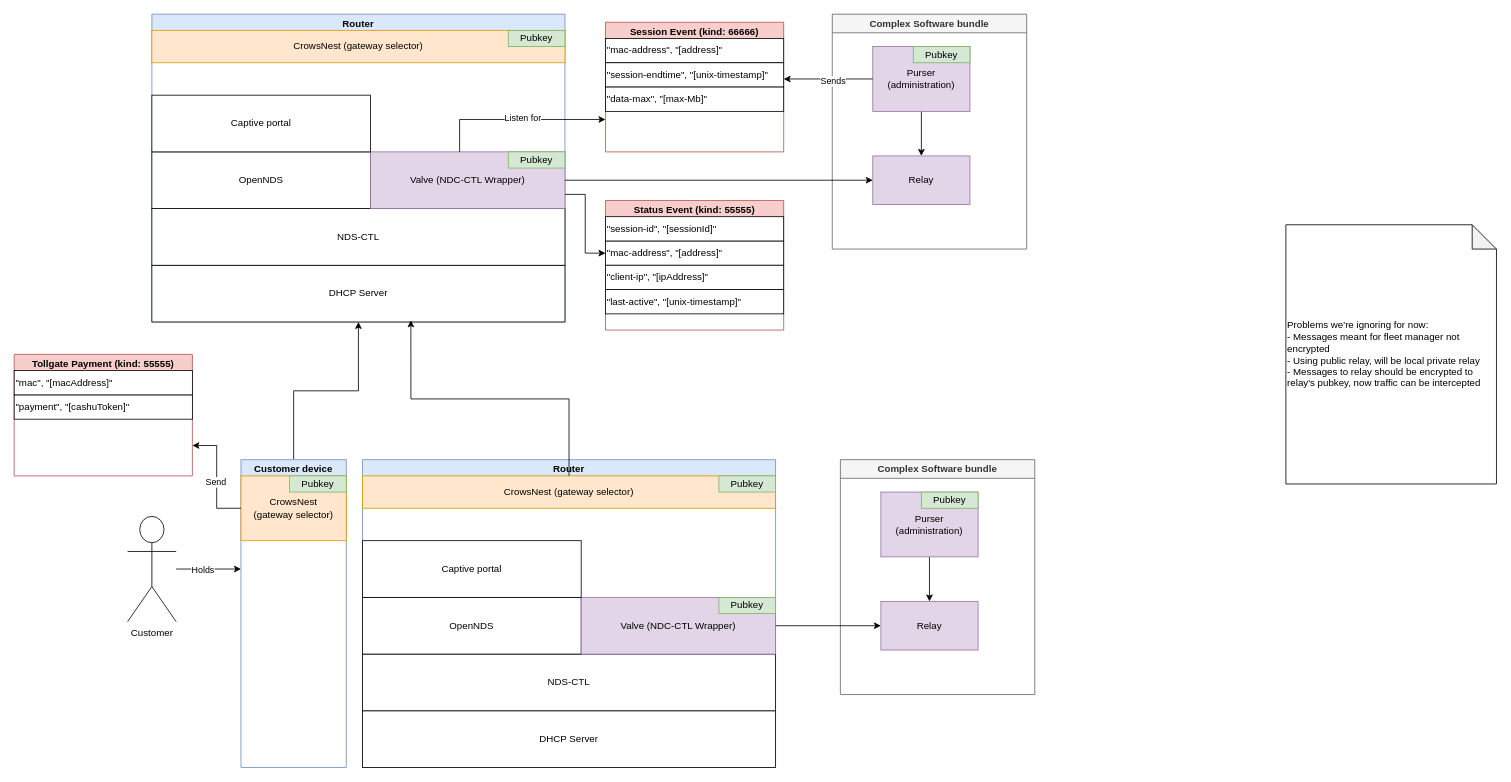
Earlier version of the draw.io diagram tollgate_modules.drawio (OpenTollGate/tollgate). Source tidied: cells renumbered, new cells numbered last; positions are measured from the earlier drawing's top-left corner, leaving out a move shared by most shapes. Both pictures are drawn from the tidied source at 81%, with x=0, y=0 at pixel (14, 14).
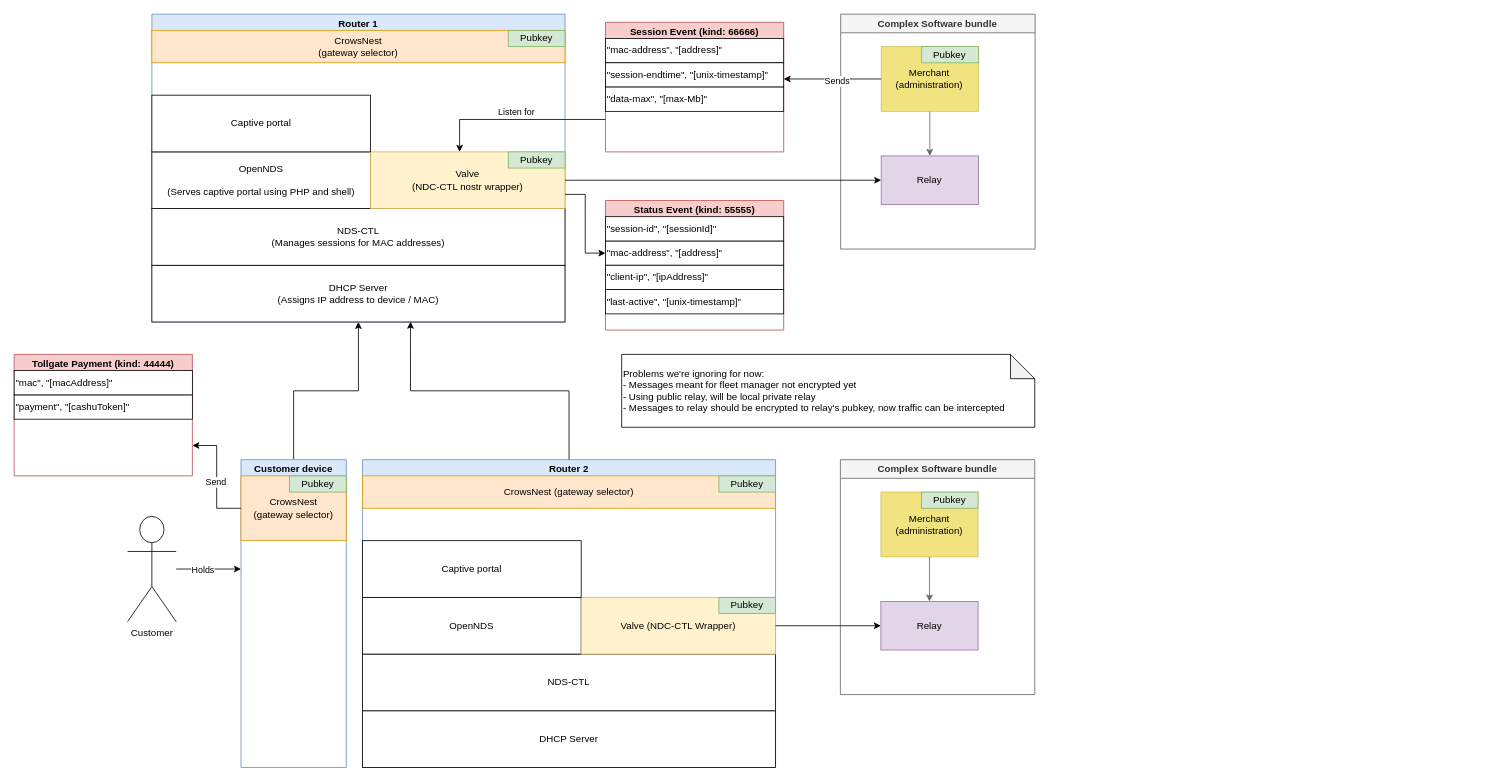
The same diagram, later.

Commit message (it also covers changes not shown here):
Exported tollgate modules

The change refers to these unchanged cells:
```xml
<mxCell id="12" value="Relay" style="whiteSpace=wrap;html=1;fillColor=#e1d5e7;strokeColor=#9673a6;" parent="11" vertex="1">
  <mxGeometry x="50" y="175" width="120" height="60" as="geometry" />
</mxCell>
<mxCell id="26" value="CrowsNest (gateway selector)" style="rounded=0;whiteSpace=wrap;html=1;fillColor=#ffe6cc;strokeColor=#d79b00;" parent="19" vertex="1">
  <mxGeometry y="20" width="510" height="40" as="geometry" />
</mxCell>
<mxCell id="37" value="Complex Software bundle" style="swimlane;whiteSpace=wrap;html=1;fillColor=#f5f5f5;fontColor=#333333;strokeColor=#666666;" parent="1" vertex="1">
  <mxGeometry x="1020" y="550" width="240" height="290" as="geometry" />
</mxCell>
<mxCell id="38" value="Relay" style="whiteSpace=wrap;html=1;fillColor=#e1d5e7;strokeColor=#9673a6;" parent="37" vertex="1">
  <mxGeometry x="50" y="175" width="120" height="60" as="geometry" />
</mxCell>
<mxCell id="43" value="Session Event (kind: 66666)" style="swimlane;whiteSpace=wrap;html=1;fillColor=#f8cecc;strokeColor=#b85450;" parent="1" vertex="1">
  <mxGeometry x="730" y="10" width="220" height="160" as="geometry" />
</mxCell>
```

Diff of the diagram source:
```diff
@@
-    <mxCell id="2" value="Router" style="swimlane;whiteSpace=wrap;html=1;fillColor=#dae8fc;strokeColor=#6c8ebf;" parent="1" vertex="1">
+    <mxCell id="2" value="Router 1" style="swimlane;whiteSpace=wrap;html=1;fillColor=#dae8fc;strokeColor=#6c8ebf;" parent="1" vertex="1">
       <mxGeometry x="170" width="510" height="380" as="geometry" />
     </mxCell>
-    <mxCell id="3" value="DHCP Server" style="rounded=0;whiteSpace=wrap;html=1;" parent="2" vertex="1">
+    <mxCell id="3" value="DHCP Server&lt;br&gt;&lt;div&gt;(Assigns IP address to device / MAC)&lt;/div&gt;" style="rounded=0;whiteSpace=wrap;html=1;" parent="2" vertex="1">
       <mxGeometry y="310" width="510" height="70" as="geometry" />
     </mxCell>
-    <mxCell id="4" value="NDS-CTL" style="rounded=0;whiteSpace=wrap;html=1;" parent="2" vertex="1">
+    <mxCell id="4" value="NDS-CTL&lt;br&gt;(Manages sessions for MAC addresses)" style="rounded=0;whiteSpace=wrap;html=1;" parent="2" vertex="1">
       <mxGeometry y="240" width="510" height="70" as="geometry" />
     </mxCell>
-    <mxCell id="5" value="OpenNDS" style="rounded=0;whiteSpace=wrap;html=1;" parent="2" vertex="1">
+    <mxCell id="5" value="OpenNDS&lt;div&gt;&lt;br&gt;&lt;/div&gt;(Serves captive portal using PHP and shell)" style="rounded=0;whiteSpace=wrap;html=1;" parent="2" vertex="1">
       <mxGeometry y="170" width="270" height="70" as="geometry" />
     </mxCell>
-    <mxCell id="6" value="Valve (NDC-CTL Wrapper)" style="rounded=0;whiteSpace=wrap;html=1;fillColor=#e1d5e7;strokeColor=#9673a6;" parent="2" vertex="1">
+    <mxCell id="6" value="Valve&lt;br&gt;(NDC-CTL nostr wrapper)" style="rounded=0;whiteSpace=wrap;html=1;fillColor=#fff2cc;strokeColor=#d6b656;" parent="2" vertex="1">
       <mxGeometry x="270" y="170" width="240" height="70" as="geometry" />
     </mxCell>
@@
-    <mxCell id="9" value="CrowsNest (gateway selector)" style="rounded=0;whiteSpace=wrap;html=1;fillColor=#ffe6cc;strokeColor=#d79b00;" parent="2" vertex="1">
+    <mxCell id="9" value="CrowsNest&lt;br&gt;(gateway selector)" style="rounded=0;whiteSpace=wrap;html=1;fillColor=#ffe6cc;strokeColor=#d79b00;" parent="2" vertex="1">
       <mxGeometry y="20" width="510" height="40" as="geometry" />
     </mxCell>
@@
     <mxCell id="11" value="Complex Software bundle" style="swimlane;whiteSpace=wrap;html=1;fillColor=#f5f5f5;fontColor=#333333;strokeColor=#666666;" parent="1" vertex="1">
-      <mxGeometry x="1010" width="240" height="290" as="geometry" />
+      <mxGeometry x="1020.4" width="240" height="290" as="geometry" />
     </mxCell>
@@
-    <mxCell id="13" style="edgeStyle=orthogonalEdgeStyle;rounded=0;jettySize=auto;html=1;entryX=0.5;entryY=0;entryDx=0;entryDy=0;" parent="11" edge="1" source="14" target="12">
+    <mxCell id="13" style="edgeStyle=orthogonalEdgeStyle;rounded=0;jettySize=auto;html=1;entryX=0.5;entryY=0;entryDx=0;entryDy=0;fillColor=#f5f5f5;strokeColor=#666666;" parent="11" edge="1" source="14" target="12">
       <mxGeometry relative="1" as="geometry" />
     </mxCell>
-    <mxCell id="14" value="Purser (administration)" style="whiteSpace=wrap;html=1;fillColor=#e1d5e7;strokeColor=#9673a6;" parent="11" vertex="1">
+    <mxCell id="14" value="Merchant (administration)" style="whiteSpace=wrap;html=1;fillColor=#e3c800;strokeColor=#B09500;fontColor=#000000;gradientColor=none;opacity=50;" parent="11" vertex="1">
       <mxGeometry x="50" y="40" width="120" height="80" as="geometry" />
     </mxCell>
@@
-    <mxCell id="19" value="Router" style="swimlane;whiteSpace=wrap;html=1;fillColor=#dae8fc;strokeColor=#6c8ebf;" parent="1" vertex="1">
+    <mxCell id="19" value="Router 2" style="swimlane;whiteSpace=wrap;html=1;fillColor=#dae8fc;strokeColor=#6c8ebf;" parent="1" vertex="1">
       <mxGeometry x="430" y="550" width="510" height="380" as="geometry" />
     </mxCell>
@@
-    <mxCell id="23" value="Valve (NDC-CTL Wrapper)" style="rounded=0;whiteSpace=wrap;html=1;fillColor=#e1d5e7;strokeColor=#9673a6;" parent="19" vertex="1">
+    <mxCell id="23" value="Valve (NDC-CTL Wrapper)" style="rounded=0;whiteSpace=wrap;html=1;fillColor=#fff2cc;strokeColor=#d6b656;" parent="19" vertex="1">
       <mxGeometry x="270" y="170" width="240" height="70" as="geometry" />
     </mxCell>
@@
-    <mxCell id="28" style="edgeStyle=orthogonalEdgeStyle;rounded=0;jettySize=auto;html=1;entryX=0.627;entryY=0.971;entryDx=0;entryDy=0;entryPerimeter=0;" parent="1" edge="1" source="26" target="3">
+    <mxCell id="28" style="edgeStyle=orthogonalEdgeStyle;rounded=0;jettySize=auto;html=1;entryX=0.626;entryY=0.996;entryDx=0;entryDy=0;entryPerimeter=0;exitX=0.5;exitY=0;exitDx=0;exitDy=0;" parent="1" edge="1" source="19" target="3">
       <mxGeometry relative="1" as="geometry" />
     </mxCell>
@@
-    <mxCell id="39" style="edgeStyle=orthogonalEdgeStyle;rounded=0;jettySize=auto;html=1;entryX=0.5;entryY=0;entryDx=0;entryDy=0;" parent="37" edge="1" source="40" target="38">
+    <mxCell id="39" style="edgeStyle=orthogonalEdgeStyle;rounded=0;jettySize=auto;html=1;entryX=0.5;entryY=0;entryDx=0;entryDy=0;fillColor=#f5f5f5;strokeColor=#666666;" parent="37" edge="1" source="40" target="38">
       <mxGeometry relative="1" as="geometry" />
     </mxCell>
-    <mxCell id="40" value="Purser (administration)" style="whiteSpace=wrap;html=1;fillColor=#e1d5e7;strokeColor=#9673a6;" parent="37" vertex="1">
+    <mxCell id="40" value="Merchant (administration)" style="whiteSpace=wrap;html=1;fillColor=#e3c800;strokeColor=#B09500;fontColor=#000000;gradientColor=none;opacity=50;" parent="37" vertex="1">
       <mxGeometry x="50" y="40" width="120" height="80" as="geometry" />
     </mxCell>
@@
-    <mxCell id="47" style="edgeStyle=orthogonalEdgeStyle;rounded=0;jettySize=auto;html=1;entryX=0;entryY=0.75;entryDx=0;entryDy=0;exitX=0.458;exitY=0;exitDx=0;exitDy=0;exitPerimeter=0;" parent="1" edge="1" source="6" target="43">
+    <mxCell id="47" style="edgeStyle=orthogonalEdgeStyle;rounded=0;jettySize=auto;html=1;entryX=0.458;entryY=0;entryDx=0;entryDy=0;exitX=0;exitY=0.75;exitDx=0;exitDy=0;entryPerimeter=0;" parent="1" edge="1" source="43" target="6">
       <mxGeometry relative="1" as="geometry" />
     </mxCell>
     <mxCell id="48" value="Listen for" style="edgeLabel;html=1;align=center;verticalAlign=middle;" parent="47" vertex="1">
       <mxGeometry x="0.67" y="2" relative="1" as="geometry">
-        <mxPoint x="-66" as="offset" />
+        <mxPoint x="68" y="-13" as="offset" />
       </mxGeometry>
     </mxCell>
@@
-    <mxCell id="55" value="Problems we're ignoring for now:&lt;div&gt;- Messages meant for fleet manager not encrypted&lt;/div&gt;&lt;div&gt;- Using public relay, will be local private relay&lt;/div&gt;&lt;div&gt;- Messages to relay should be encrypted to relay's pubkey, now traffic can be intercepted&lt;/div&gt;" style="shape=note;whiteSpace=wrap;html=1;backgroundOutline=1;darkOpacity=0.05;align=left;" parent="1" vertex="1">
-      <mxGeometry x="1570" y="260" width="260" height="320" as="geometry" />
+    <mxCell id="55" value="Problems we're ignoring for now:&lt;div&gt;- Messages meant for fleet manager not encrypted yet&lt;br&gt;&lt;/div&gt;&lt;div&gt;- Using public relay, will be local private relay&lt;/div&gt;&lt;div&gt;- Messages to relay should be encrypted to relay's pubkey, now traffic can be intercepted&lt;/div&gt;" style="shape=note;whiteSpace=wrap;html=1;backgroundOutline=1;darkOpacity=0.05;align=left;" parent="1" vertex="1">
+      <mxGeometry x="750" y="420" width="510" height="90" as="geometry" />
     </mxCell>
@@
-    <mxCell id="58" value="Tollgate Payment (kind: 55555)" style="swimlane;whiteSpace=wrap;html=1;fillColor=#f8cecc;strokeColor=#b85450;" parent="1" vertex="1">
+    <mxCell id="58" value="Tollgate Payment (kind: 44444)" style="swimlane;whiteSpace=wrap;html=1;fillColor=#f8cecc;strokeColor=#b85450;" parent="1" vertex="1">
       <mxGeometry y="420" width="220" height="150" as="geometry" />
     </mxCell>
```
